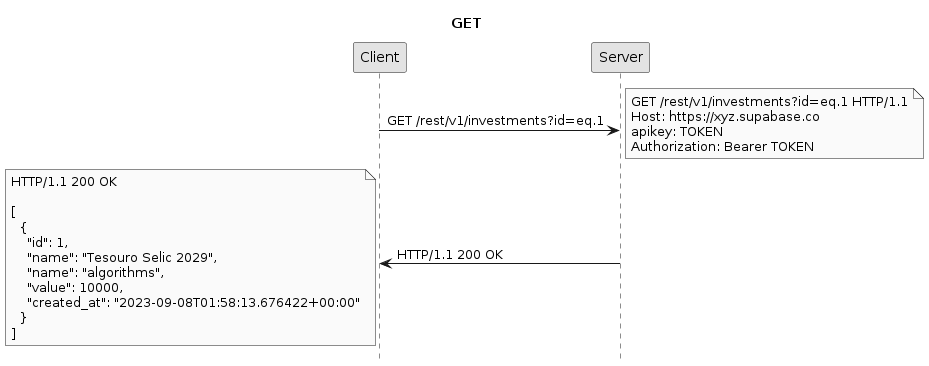
Earlier version of the PlantUML export public/imgs/package/supabase-api/get-investment.png (ifpb/ls). The source it was exported from:
```plantuml
@startuml
title GET
hide footbox
skinparam monochrome true

Client -> Server: GET /rest/v1/investments?id=eq.1
note right: GET /rest/v1/investments?id=eq.1 HTTP/1.1\nHost: https://xyz.supabase.co\napikey: TOKEN\nAuthorization: Bearer TOKEN
Server -> Client: HTTP/1.1 200 OK
note left: HTTP/1.1 200 OK\n\n[\n  {\n    "id": 1,\n    "name": "Tesouro Selic 2029",\n    "name": "algorithms",\n    "value": 10000,\n    "created_at": "2023-09-08T01:58:13.676422+00:00"\n  }\n]
@enduml
```
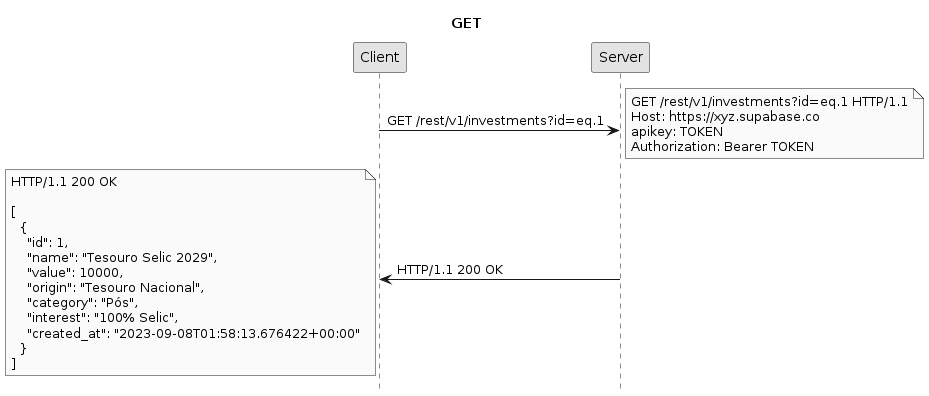
Above is the later version.

The edit, as a diff of the source:
```diff
@@ -6,5 +6,5 @@
 Client -> Server: GET /rest/v1/investments?id=eq.1
 note right: GET /rest/v1/investments?id=eq.1 HTTP/1.1\nHost: https://xyz.supabase.co\napikey: TOKEN\nAuthorization: Bearer TOKEN
 Server -> Client: HTTP/1.1 200 OK
-note left: HTTP/1.1 200 OK\n\n[\n  {\n    "id": 1,\n    "name": "Tesouro Selic 2029",\n    "name": "algorithms",\n    "value": 10000,\n    "created_at": "2023-09-08T01:58:13.676422+00:00"\n  }\n]
+note left: HTTP/1.1 200 OK\n\n[\n  {\n    "id": 1,\n    "name": "Tesouro Selic 2029",\n    "value": 10000,\n    "origin": "Tesouro Nacional",\n    "category": "Pós",\n    "interest": "100% Selic",\n    "created_at": "2023-09-08T01:58:13.676422+00:00"\n  }\n]
 @enduml
```
